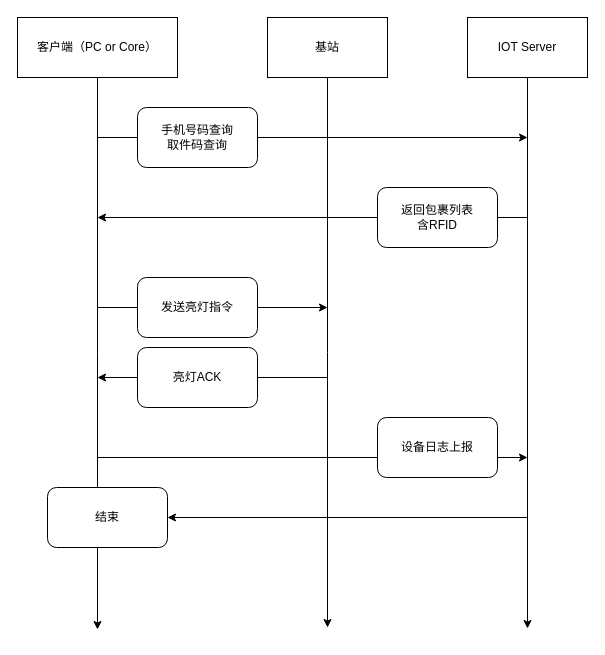
Before: Untitled Diagram.drawio in menghupo/menghupo.github.io, a draw.io diagram. Source tidied: cells renumbered, new cells numbered last; positions are measured from the earlier drawing's top-left corner, leaving out a move shared by most shapes. Both pictures are drawn from the tidied source at 100%, with x=0, y=0 at pixel (17, 17).
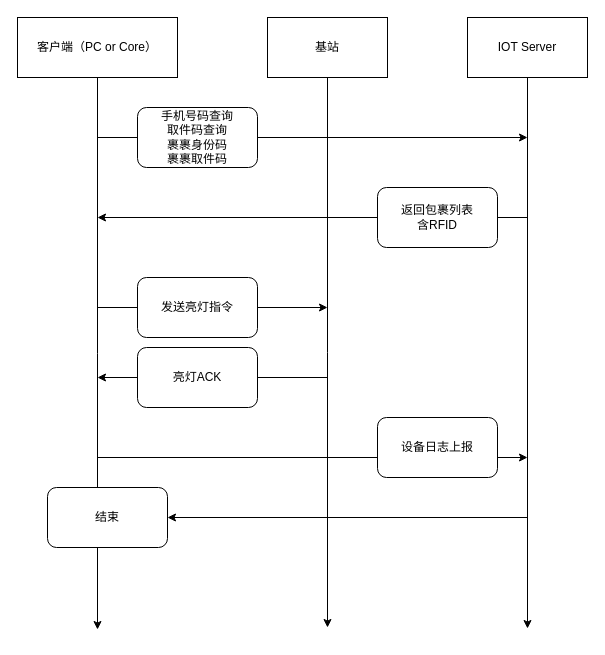
After the change.

The edit, as a diff of the source:
```diff
@@
-    <mxCell id="9" value="手机号码查询&lt;br&gt;取件码查询" style="rounded=1;whiteSpace=wrap;html=1;" parent="1" vertex="1">
+    <mxCell id="9" value="手机号码查询&lt;br&gt;取件码查询&lt;br&gt;裹裹身份码&lt;br&gt;裹裹取件码" style="rounded=1;whiteSpace=wrap;html=1;" parent="1" vertex="1">
       <mxGeometry x="120" y="90" width="120" height="60" as="geometry" />
     </mxCell>
```
